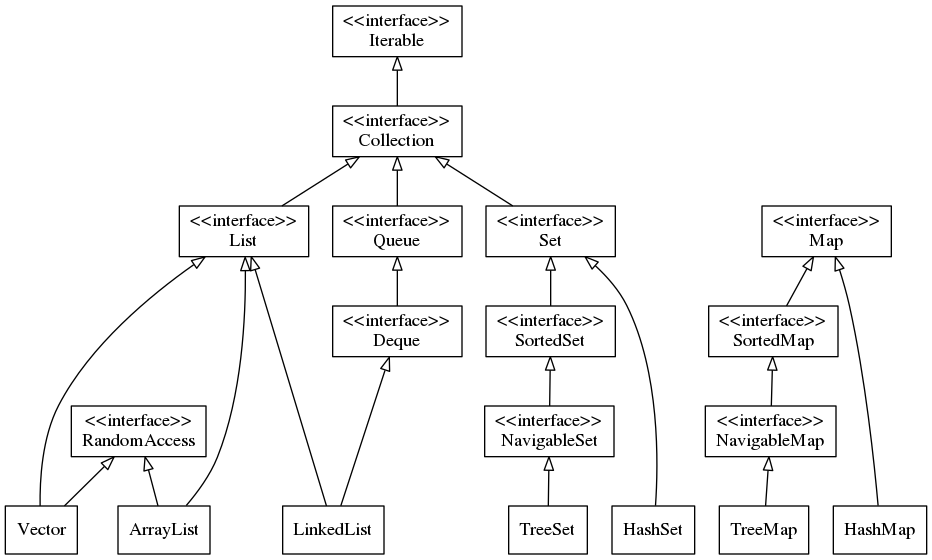
StephanPraetsch/Datenstrukturen keeps this Graphviz diagram as java.util.overview.png. Above is the earlier version. Its source is kept beside it as java.util.overview.dot.
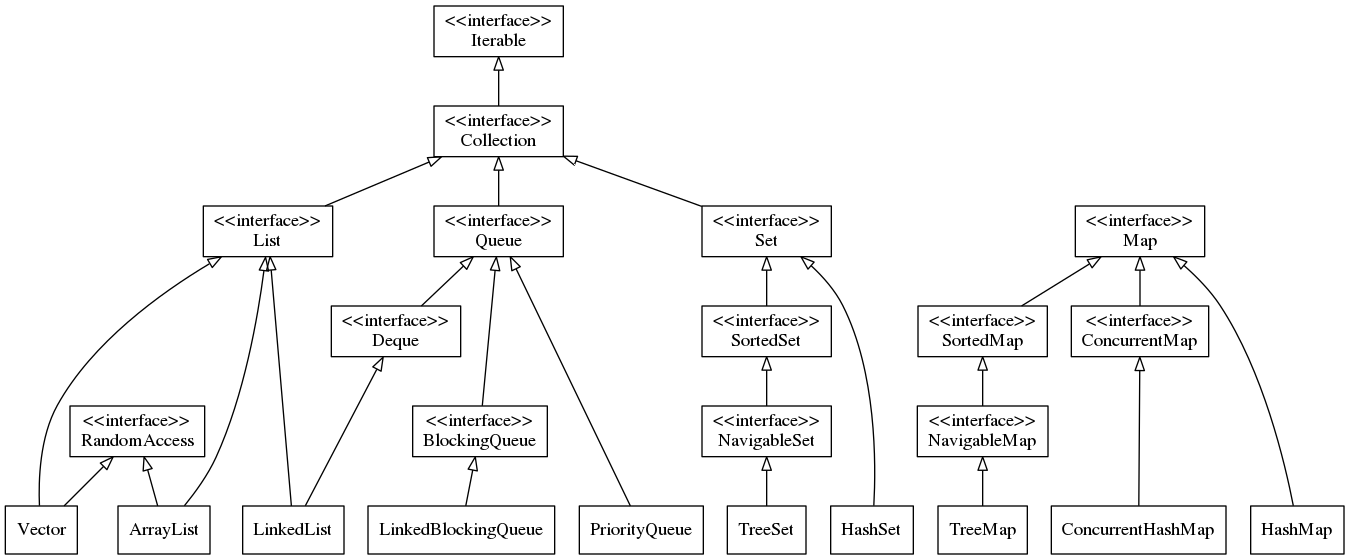
The same file after the commit.

Commit message:
java.util.overview.dot und png an die Unter-PNGS (List, Map, Set, Queue) angepasst

Diff of the diagram source:
```diff
@@ -22,14 +22,15 @@
 	NavigableSet [label="\<\<interface\>\>\nNavigableSet"]
 	SortedMap [label="\<\<interface\>\>\nSortedMap"]
 	NavigableMap [label="\<\<interface\>\>\nNavigableMap"]
+	BlockingQueue [label="\<\<interface\>\>\nBlockingQueue"]
+	ConcurrentMap [label="\<\<interface\>\>\nConcurrentMap"]
 
-	{ rank = same; Iterable }
-	{ rank = same; Collection }
 	{ rank = same; List; Set; Map; Queue; }
 
 	{
 		rank = same;
 		Vector; ArrayList; LinkedList; HashSet; TreeSet; HashMap; TreeMap;
+		ConcurrentHashMap; LinkedBlockingQueue; PriorityQueue;
 	}
 
 
@@ -52,5 +53,10 @@
 	SortedMap -> Map
 	NavigableMap -> SortedMap
 	TreeMap -> NavigableMap
+	ConcurrentMap -> Map
+	ConcurrentHashMap -> ConcurrentMap
+	BlockingQueue -> Queue
+	LinkedBlockingQueue -> BlockingQueue
+	PriorityQueue -> Queue
 
 }
```
